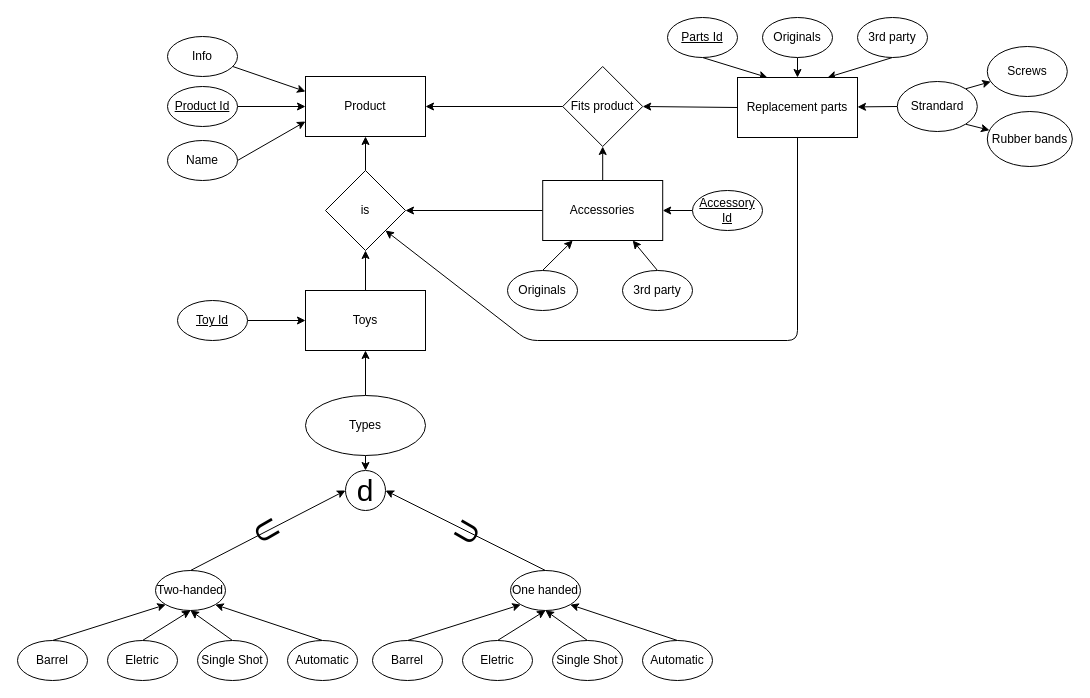
Above: Data Engineer/Main Studies/Module 6 - Database and Data Warehouse/D1/task2.drawio in m-c-v-k/Portfolio (draw.io), before the change. Source tidied: cells renumbered, new cells numbered last; positions are measured from the earlier drawing's top-left corner, leaving out a move shared by most shapes. Both pictures are drawn from the tidied source at 100%, with x=0, y=0 at pixel (17, 17).
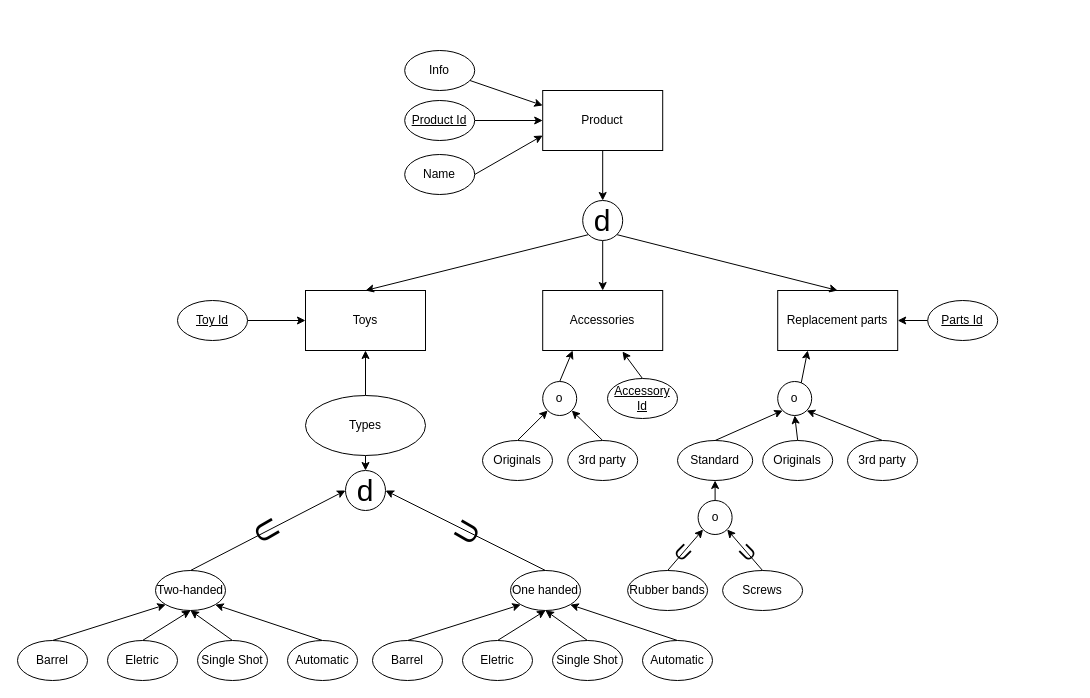
The same page after the edit.

Unchanged cells that the change refers to:
```xml
<mxCell id="3" value="Toys" style="rounded=0;whiteSpace=wrap;html=1;" parent="1" vertex="1">
  <mxGeometry x="288" y="273" width="120" height="60" as="geometry" />
</mxCell>
```

Change to the diagram source:
```diff
@@
-    <mxCell id="2" style="edgeStyle=none;html=1;" parent="1" edge="1" source="3" target="51">
-      <mxGeometry relative="1" as="geometry" />
-    </mxCell>
@@
-    <mxCell id="4" style="edgeStyle=none;html=1;entryX=1;entryY=0.5;entryDx=0;entryDy=0;" parent="1" edge="1" source="5" target="51">
-      <mxGeometry relative="1" as="geometry" />
-    </mxCell>
     <mxCell id="5" value="Accessories" style="rounded=0;whiteSpace=wrap;html=1;" parent="1" vertex="1">
-      <mxGeometry x="525.2" y="163" width="120" height="60" as="geometry" />
+      <mxGeometry x="525.2" y="273" width="120" height="60" as="geometry" />
     </mxCell>
@@
-    <mxCell id="8" style="edgeStyle=none;html=1;exitX=0.5;exitY=1;exitDx=0;exitDy=0;entryX=0.5;entryY=0;entryDx=0;entryDy=0;" parent="1" edge="1" source="20" target="59">
+    <mxCell id="8" style="edgeStyle=none;html=1;exitX=0.5;exitY=0;exitDx=0;exitDy=0;entryX=0.5;entryY=1;entryDx=0;entryDy=0;" parent="1" edge="1" source="20" target="69">
       <mxGeometry relative="1" as="geometry" />
     </mxCell>
@@
-    <mxCell id="10" style="edgeStyle=none;html=1;exitX=0.5;exitY=1;exitDx=0;exitDy=0;entryX=0.75;entryY=0;entryDx=0;entryDy=0;" parent="1" edge="1" source="21" target="59">
+    <mxCell id="10" style="edgeStyle=none;html=1;exitX=0.5;exitY=0;exitDx=0;exitDy=0;entryX=1;entryY=1;entryDx=0;entryDy=0;" parent="1" edge="1" source="21" target="69">
       <mxGeometry relative="1" as="geometry" />
     </mxCell>
-    <mxCell id="11" style="edgeStyle=none;html=1;exitX=0;exitY=0.5;exitDx=0;exitDy=0;" parent="1" edge="1" source="18" target="59">
+    <mxCell id="11" style="edgeStyle=none;html=1;exitX=0.5;exitY=0;exitDx=0;exitDy=0;entryX=0;entryY=1;entryDx=0;entryDy=0;" parent="1" edge="1" source="18" target="69">
       <mxGeometry relative="1" as="geometry" />
     </mxCell>
@@
-    <mxCell id="13" value="Screws" style="ellipse;whiteSpace=wrap;html=1;" parent="1" vertex="1">
-      <mxGeometry x="969.8" y="29" width="80" height="50" as="geometry" />
-    </mxCell>
     <mxCell id="14" value="Rubber bands" style="ellipse;whiteSpace=wrap;html=1;" parent="1" vertex="1">
-      <mxGeometry x="969.8" y="94" width="85" height="55" as="geometry" />
+      <mxGeometry x="610.1" y="553" width="80" height="40" as="geometry" />
     </mxCell>
-    <mxCell id="15" style="edgeStyle=none;html=1;" parent="1" edge="1" source="54" target="47">
-      <mxGeometry relative="1" as="geometry" />
-    </mxCell>
-    <mxCell id="16" style="edgeStyle=none;html=1;exitX=1;exitY=0;exitDx=0;exitDy=0;" parent="1" edge="1" source="18" target="13">
-      <mxGeometry relative="1" as="geometry" />
-    </mxCell>
-    <mxCell id="17" style="edgeStyle=none;html=1;exitX=1;exitY=1;exitDx=0;exitDy=0;" parent="1" edge="1" source="18" target="14">
-      <mxGeometry relative="1" as="geometry" />
-    </mxCell>
-    <mxCell id="18" value="Strandard" style="ellipse;whiteSpace=wrap;html=1;" parent="1" vertex="1">
-      <mxGeometry x="879.8" y="64" width="80" height="50" as="geometry" />
+    <mxCell id="18" value="Standard" style="ellipse;whiteSpace=wrap;html=1;" parent="1" vertex="1">
+      <mxGeometry x="660" y="423" width="75.2" height="40" as="geometry" />
     </mxCell>
-    <mxCell id="19" style="edgeStyle=none;html=1;exitX=0.5;exitY=0;exitDx=0;exitDy=0;entryX=0.25;entryY=1;entryDx=0;entryDy=0;" parent="1" edge="1" source="24" target="5">
+    <mxCell id="19" style="edgeStyle=none;html=1;exitX=0.5;exitY=0;exitDx=0;exitDy=0;entryX=0;entryY=1;entryDx=0;entryDy=0;" parent="1" edge="1" source="24" target="71">
       <mxGeometry relative="1" as="geometry" />
     </mxCell>
     <mxCell id="20" value="Originals" style="ellipse;whiteSpace=wrap;html=1;" parent="1" vertex="1">
-      <mxGeometry x="745" width="70" height="40" as="geometry" />
+      <mxGeometry x="745.2" y="423" width="70" height="40" as="geometry" />
     </mxCell>
     <mxCell id="21" value="3rd party" style="ellipse;whiteSpace=wrap;html=1;" parent="1" vertex="1">
-      <mxGeometry x="840" width="70" height="40" as="geometry" />
+      <mxGeometry x="830" y="423" width="70" height="40" as="geometry" />
     </mxCell>
-    <mxCell id="22" style="edgeStyle=none;html=1;exitX=0.5;exitY=0;exitDx=0;exitDy=0;entryX=0.75;entryY=1;entryDx=0;entryDy=0;" parent="1" edge="1" source="25" target="5">
+    <mxCell id="22" style="edgeStyle=none;html=1;exitX=0.5;exitY=0;exitDx=0;exitDy=0;entryX=1;entryY=1;entryDx=0;entryDy=0;" parent="1" edge="1" source="25" target="71">
       <mxGeometry relative="1" as="geometry" />
     </mxCell>
@@
     <mxCell id="24" value="Originals" style="ellipse;whiteSpace=wrap;html=1;" parent="1" vertex="1">
-      <mxGeometry x="490" y="253" width="70" height="40" as="geometry" />
+      <mxGeometry x="465" y="423" width="70" height="40" as="geometry" />
     </mxCell>
     <mxCell id="25" value="3rd party" style="ellipse;whiteSpace=wrap;html=1;" parent="1" vertex="1">
-      <mxGeometry x="605" y="253" width="70" height="40" as="geometry" />
+      <mxGeometry x="550.2" y="423" width="70" height="40" as="geometry" />
     </mxCell>
@@
-    <mxCell id="43" style="edgeStyle=none;html=1;exitX=0.5;exitY=1;exitDx=0;exitDy=0;entryX=0.25;entryY=0;entryDx=0;entryDy=0;" parent="1" edge="1" source="46" target="59">
+    <mxCell id="43" style="edgeStyle=none;html=1;exitX=0;exitY=0.5;exitDx=0;exitDy=0;entryX=1;entryY=0.5;entryDx=0;entryDy=0;" parent="1" edge="1" source="46" target="59">
       <mxGeometry relative="1" as="geometry" />
     </mxCell>
@@
-    <mxCell id="45" style="edgeStyle=none;html=1;exitX=0;exitY=0.5;exitDx=0;exitDy=0;entryX=1;entryY=0.5;entryDx=0;entryDy=0;" parent="1" edge="1" source="48" target="5">
+    <mxCell id="45" style="edgeStyle=none;html=1;exitX=0.5;exitY=0;exitDx=0;exitDy=0;entryX=0.665;entryY=1.017;entryDx=0;entryDy=0;entryPerimeter=0;" parent="1" edge="1" source="48" target="5">
       <mxGeometry relative="1" as="geometry" />
     </mxCell>
     <mxCell id="46" value="&lt;u&gt;Parts Id&lt;/u&gt;" style="ellipse;whiteSpace=wrap;html=1;" parent="1" vertex="1">
-      <mxGeometry x="650" width="70" height="40" as="geometry" />
+      <mxGeometry x="910.2" y="283" width="70" height="40" as="geometry" />
     </mxCell>
+    <mxCell id="67" style="edgeStyle=none;html=1;exitX=0.5;exitY=1;exitDx=0;exitDy=0;entryX=0.5;entryY=0;entryDx=0;entryDy=0;" parent="1" edge="1" source="47" target="75">
+      <mxGeometry relative="1" as="geometry" />
+    </mxCell>
     <mxCell id="47" value="Product" style="whiteSpace=wrap;html=1;" parent="1" vertex="1">
-      <mxGeometry x="288" y="59" width="120" height="60" as="geometry" />
+      <mxGeometry x="525.2" y="73" width="120" height="60" as="geometry" />
     </mxCell>
     <mxCell id="48" value="&lt;u&gt;Accessory Id&lt;/u&gt;" style="ellipse;whiteSpace=wrap;html=1;" parent="1" vertex="1">
-      <mxGeometry x="675" y="173" width="70" height="40" as="geometry" />
+      <mxGeometry x="590" y="361" width="70" height="40" as="geometry" />
     </mxCell>
-    <mxCell id="49" style="edgeStyle=none;html=1;" parent="1" edge="1" source="51" target="47">
-      <mxGeometry relative="1" as="geometry" />
-    </mxCell>
     <mxCell id="50" style="edgeStyle=none;html=1;exitX=1;exitY=0.5;exitDx=0;exitDy=0;entryX=0;entryY=0.25;entryDx=0;entryDy=0;" parent="1" edge="1" source="52">
       <mxGeometry relative="1" as="geometry">
-        <mxPoint x="288" y="89" as="targetPoint" />
+        <mxPoint x="525.2" y="103" as="targetPoint" />
       </mxGeometry>
     </mxCell>
-    <mxCell id="51" value="is" style="rhombus;whiteSpace=wrap;html=1;" parent="1" vertex="1">
-      <mxGeometry x="308" y="153" width="80" height="80" as="geometry" />
-    </mxCell>
     <mxCell id="52" value="&lt;u&gt;Product Id&lt;/u&gt;" style="ellipse;whiteSpace=wrap;html=1;" parent="1" vertex="1">
-      <mxGeometry x="150" y="69" width="70" height="40" as="geometry" />
+      <mxGeometry x="387.2" y="83" width="70" height="40" as="geometry" />
     </mxCell>
@@
-    <mxCell id="54" value="Fits product" style="rhombus;whiteSpace=wrap;html=1;" parent="1" vertex="1">
-      <mxGeometry x="545.2" y="49" width="80" height="80" as="geometry" />
-    </mxCell>
-    <mxCell id="55" style="edgeStyle=none;html=1;exitX=0.5;exitY=1;exitDx=0;exitDy=0;entryX=1;entryY=1;entryDx=0;entryDy=0;" parent="1" edge="1" source="59" target="51">
-      <mxGeometry relative="1" as="geometry">
-        <Array as="points">
-          <mxPoint x="780" y="323" />
-          <mxPoint x="510" y="323" />
-        </Array>
-      </mxGeometry>
-    </mxCell>
     <mxCell id="56" value="Name" style="ellipse;whiteSpace=wrap;html=1;" parent="1" vertex="1">
-      <mxGeometry x="150" y="123" width="70" height="40" as="geometry" />
+      <mxGeometry x="387.2" y="137" width="70" height="40" as="geometry" />
     </mxCell>
-    <mxCell id="57" style="edgeStyle=none;html=1;exitX=0;exitY=0.5;exitDx=0;exitDy=0;entryX=1;entryY=0.5;entryDx=0;entryDy=0;" parent="1" edge="1" source="59" target="54">
-      <mxGeometry relative="1" as="geometry" />
-    </mxCell>
-    <mxCell id="58" style="edgeStyle=none;html=1;" parent="1" edge="1" source="5" target="54">
-      <mxGeometry relative="1" as="geometry" />
-    </mxCell>
     <mxCell id="59" value="Replacement parts" style="rounded=0;whiteSpace=wrap;html=1;" parent="1" vertex="1">
-      <mxGeometry x="720" y="60" width="120" height="60" as="geometry" />
+      <mxGeometry x="760.2" y="273" width="120" height="60" as="geometry" />
     </mxCell>
@@
     <mxCell id="61" value="Info" style="ellipse;whiteSpace=wrap;html=1;" parent="1" vertex="1">
-      <mxGeometry x="150" y="19" width="70" height="40" as="geometry" />
+      <mxGeometry x="387.2" y="33" width="70" height="40" as="geometry" />
     </mxCell>
@@
+    <mxCell id="68" style="edgeStyle=none;html=1;exitX=0.5;exitY=1;exitDx=0;exitDy=0;entryX=0.25;entryY=1;entryDx=0;entryDy=0;" parent="1" edge="1" source="69" target="59">
+      <mxGeometry relative="1" as="geometry" />
+    </mxCell>
+    <mxCell id="69" value="o" style="ellipse;whiteSpace=wrap;html=1;" parent="1" vertex="1">
+      <mxGeometry x="760.2" y="364" width="34" height="34" as="geometry" />
+    </mxCell>
+    <mxCell id="13" value="Screws" style="ellipse;whiteSpace=wrap;html=1;" parent="1" vertex="1">
+      <mxGeometry x="705.1" y="553" width="80" height="40" as="geometry" />
+    </mxCell>
+    <mxCell id="70" style="edgeStyle=none;html=1;exitX=0.5;exitY=0;exitDx=0;exitDy=0;entryX=0.25;entryY=1;entryDx=0;entryDy=0;" parent="1" edge="1" source="71" target="5">
+      <mxGeometry relative="1" as="geometry" />
+    </mxCell>
+    <mxCell id="71" value="o" style="ellipse;whiteSpace=wrap;html=1;" parent="1" vertex="1">
+      <mxGeometry x="525.2" y="364" width="34" height="34" as="geometry" />
+    </mxCell>
+    <mxCell id="72" style="edgeStyle=none;html=1;exitX=0.5;exitY=1;exitDx=0;exitDy=0;entryX=0.5;entryY=0;entryDx=0;entryDy=0;" parent="1" edge="1" source="75" target="5">
+      <mxGeometry relative="1" as="geometry" />
+    </mxCell>
+    <mxCell id="73" style="edgeStyle=none;html=1;exitX=1;exitY=1;exitDx=0;exitDy=0;entryX=0.5;entryY=0;entryDx=0;entryDy=0;" parent="1" edge="1" source="75" target="59">
+      <mxGeometry relative="1" as="geometry" />
+    </mxCell>
+    <mxCell id="74" style="edgeStyle=none;html=1;exitX=0;exitY=1;exitDx=0;exitDy=0;entryX=0.5;entryY=0;entryDx=0;entryDy=0;" parent="1" edge="1" source="75" target="3">
+      <mxGeometry relative="1" as="geometry" />
+    </mxCell>
+    <mxCell id="75" value="d" style="ellipse;whiteSpace=wrap;html=1;labelBackgroundColor=none;fontSize=30;" parent="1" vertex="1">
+      <mxGeometry x="565.2" y="183" width="40" height="40" as="geometry" />
+    </mxCell>
+    <mxCell id="76" style="endArrow=classic;html=1;entryX=1;entryY=1;entryDx=0;entryDy=0;exitX=0.5;exitY=0;exitDx=0;exitDy=0;" parent="1" edge="1" source="13" target="81">
+      <mxGeometry relative="1" as="geometry" />
+    </mxCell>
+    <mxCell id="77" value="U" style="edgeLabel;html=1;align=center;verticalAlign=middle;rotation=-45;fontSize=20;labelBackgroundColor=none;" parent="76" vertex="1">
+      <mxGeometry relative="1" as="geometry">
+        <mxPoint x="1" y="2" as="offset" />
+      </mxGeometry>
+    </mxCell>
+    <mxCell id="78" style="endArrow=classic;html=1;entryX=0;entryY=1;entryDx=0;entryDy=0;exitX=0.5;exitY=0;exitDx=0;exitDy=0;" parent="1" edge="1" source="14" target="81">
+      <mxGeometry relative="1" as="geometry" />
+    </mxCell>
+    <mxCell id="79" value="U" style="edgeLabel;html=1;align=center;verticalAlign=middle;rotation=45;fontSize=20;labelBackgroundColor=none;" parent="78" vertex="1">
+      <mxGeometry relative="1" as="geometry">
+        <mxPoint x="-2" y="1" as="offset" />
+      </mxGeometry>
+    </mxCell>
+    <mxCell id="80" style="edgeStyle=none;html=1;exitX=0.5;exitY=0;exitDx=0;exitDy=0;entryX=0.5;entryY=1;entryDx=0;entryDy=0;fontSize=20;" parent="1" edge="1" source="81" target="18">
+      <mxGeometry relative="1" as="geometry" />
+    </mxCell>
+    <mxCell id="81" value="o" style="ellipse;whiteSpace=wrap;html=1;" parent="1" vertex="1">
+      <mxGeometry x="680.6" y="483" width="34" height="34" as="geometry" />
+    </mxCell>
```
